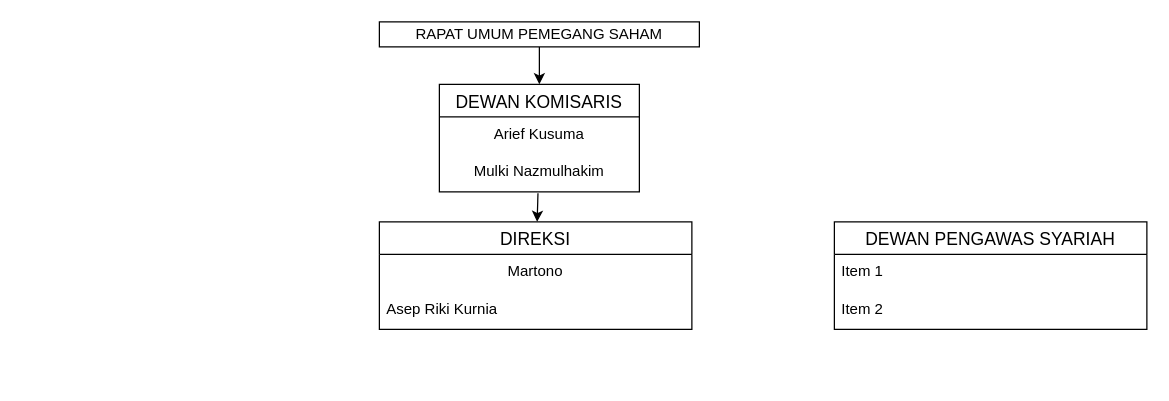
The draw.io diagram Untitled Diagram.drawio in Lastwolf666/PBO, before the edit. Source tidied: cells renumbered, new cells numbered last; positions are measured from the earlier drawing's top-left corner, leaving out a move shared by most shapes. Both pictures are drawn from the tidied source at 125%, with x=0, y=0 at pixel (379, 21).
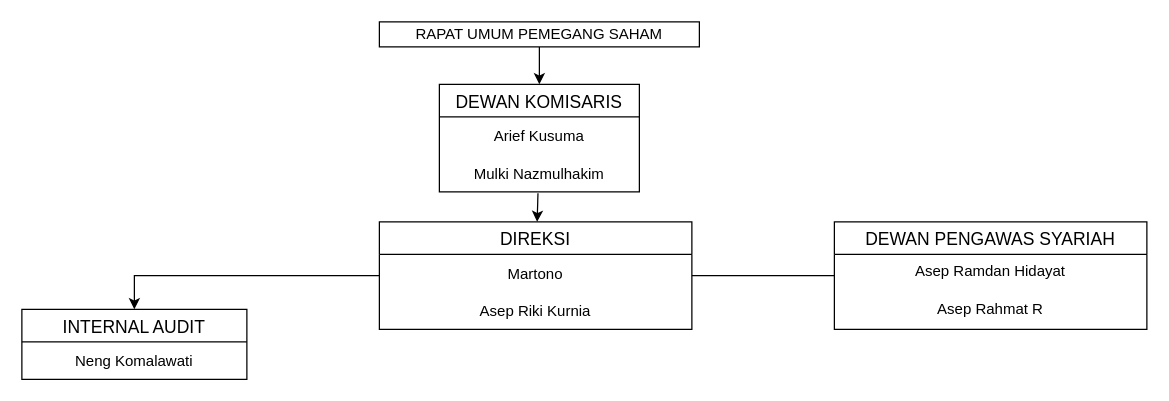
The same diagram, later.

The edit, as a diff of the source:
```diff
@@
 <mxGraphModel>
   <root>
     <mxCell id="0" />
     <mxCell id="1" parent="0" />
     <mxCell id="2" value="RAPAT UMUM PEMEGANG SAHAM" style="whiteSpace=wrap;html=1;align=center;" parent="1" vertex="1">
       <mxGeometry width="256" height="20" as="geometry" />
     </mxCell>
     <mxCell id="3" value="DEWAN KOMISARIS" style="swimlane;fontStyle=0;horizontal=1;startSize=26;align=center;fontSize=14;" parent="1" vertex="1">
       <mxGeometry x="48" y="50" width="160" height="86" as="geometry" />
     </mxCell>
-    <mxCell id="4" value="Arief Kusuma" style="text;strokeColor=none;fillColor=none;spacingLeft=4;spacingRight=4;overflow=hidden;fontSize=12;align=center;" parent="3" vertex="1">
+    <mxCell id="4" value="Arief Kusuma" style="text;strokeColor=none;fillColor=none;spacingLeft=4;spacingRight=4;overflow=hidden;fontSize=12;align=center;verticalAlign=middle;" parent="3" vertex="1">
       <mxGeometry y="26" width="160" height="30" as="geometry" />
     </mxCell>
-    <mxCell id="5" value="Mulki Nazmulhakim" style="text;strokeColor=none;fillColor=none;spacingLeft=4;spacingRight=4;overflow=hidden;points=[[0,0.5],[1,0.5]];portConstraint=eastwest;fontSize=12;align=center;" parent="3" vertex="1">
+    <mxCell id="5" value="Mulki Nazmulhakim" style="text;strokeColor=none;fillColor=none;spacingLeft=4;spacingRight=4;overflow=hidden;points=[[0,0.5],[1,0.5]];portConstraint=eastwest;fontSize=12;align=center;verticalAlign=middle;" parent="3" vertex="1">
       <mxGeometry y="56" width="160" height="30" as="geometry" />
     </mxCell>
     <mxCell id="6" style="endArrow=classic;html=1;rounded=0;exitX=0.5;exitY=1;exitDx=0;exitDy=0;" parent="1" edge="1" source="2" target="3">
       <mxGeometry relative="1" as="geometry" />
     </mxCell>
     <mxCell id="7" value="DIREKSI" style="swimlane;fontStyle=0;horizontal=1;startSize=26;align=center;fontSize=14;arcSize=15;" parent="1" vertex="1">
       <mxGeometry y="160" width="250" height="86" as="geometry" />
     </mxCell>
-    <mxCell id="8" value="Martono" style="text;strokeColor=none;fillColor=none;spacingLeft=4;spacingRight=4;overflow=hidden;fontSize=12;align=center;" parent="7" vertex="1">
+    <mxCell id="8" value="Martono" style="text;strokeColor=none;fillColor=none;spacingLeft=4;spacingRight=4;overflow=hidden;fontSize=12;align=center;verticalAlign=middle;" parent="7" vertex="1">
       <mxGeometry y="26" width="250" height="30" as="geometry" />
     </mxCell>
-    <mxCell id="9" value="Asep Riki Kurnia" style="text;strokeColor=none;fillColor=none;spacingLeft=4;spacingRight=4;overflow=hidden;fontSize=12;" parent="7" vertex="1">
+    <mxCell id="9" value="Asep Riki Kurnia" style="text;strokeColor=none;fillColor=none;spacingLeft=4;spacingRight=4;overflow=hidden;fontSize=12;align=center;verticalAlign=middle;" parent="7" vertex="1">
       <mxGeometry y="56" width="250" height="30" as="geometry" />
     </mxCell>
     <mxCell id="10" style="endArrow=classic;html=1;rounded=0;exitX=0.493;exitY=1.034;exitDx=0;exitDy=0;exitPerimeter=0;" parent="1" edge="1" source="5" target="7">
       <mxGeometry relative="1" as="geometry" />
     </mxCell>
     <mxCell id="11" value="DEWAN PENGAWAS SYARIAH" style="swimlane;fontStyle=0;horizontal=1;startSize=26;align=center;fontSize=14;" parent="1" vertex="1">
       <mxGeometry x="364" y="160" width="250" height="86" as="geometry" />
     </mxCell>
-    <mxCell id="12" value="Item 1" style="text;strokeColor=none;fillColor=none;spacingLeft=4;spacingRight=4;overflow=hidden;fontSize=12;" parent="11" vertex="1">
+    <mxCell id="12" value="Asep Ramdan Hidayat" style="text;strokeColor=none;fillColor=none;spacingLeft=4;spacingRight=4;overflow=hidden;fontSize=12;align=center;" parent="11" vertex="1">
       <mxGeometry y="26" width="250" height="30" as="geometry" />
     </mxCell>
-    <mxCell id="13" value="Item 2" style="text;strokeColor=none;fillColor=none;spacingLeft=4;spacingRight=4;overflow=hidden;fontSize=12;" parent="11" vertex="1">
+    <mxCell id="13" value="Asep Rahmat R" style="text;strokeColor=none;fillColor=none;spacingLeft=4;spacingRight=4;overflow=hidden;fontSize=12;align=center;" parent="11" vertex="1">
       <mxGeometry y="56" width="250" height="30" as="geometry" />
     </mxCell>
+    <mxCell id="14" style="endArrow=none;html=1;rounded=0;startSize=26;" parent="1" edge="1" source="7" target="11">
+      <mxGeometry relative="1" as="geometry" />
+    </mxCell>
+    <mxCell id="15" value="INTERNAL AUDIT" style="swimlane;fontStyle=0;horizontal=1;startSize=26;align=center;fontSize=14;arcSize=15;" parent="1" vertex="1">
+      <mxGeometry x="-286" y="230" width="180" height="56" as="geometry" />
+    </mxCell>
+    <mxCell id="16" value="Neng Komalawati" style="text;strokeColor=none;fillColor=none;spacingLeft=4;spacingRight=4;overflow=hidden;fontSize=12;align=center;verticalAlign=middle;" parent="15" vertex="1">
+      <mxGeometry y="26" width="180" height="30" as="geometry" />
+    </mxCell>
+    <mxCell id="17" style="endArrow=classic;html=1;rounded=0;startSize=26;entryX=0.5;entryY=0;entryDx=0;entryDy=0;" parent="1" edge="1" source="7" target="15">
+      <mxGeometry relative="1" as="geometry">
+        <Array as="points">
+          <mxPoint x="-196" y="203" />
+        </Array>
+      </mxGeometry>
+    </mxCell>
   </root>
 </mxGraphModel>
```
